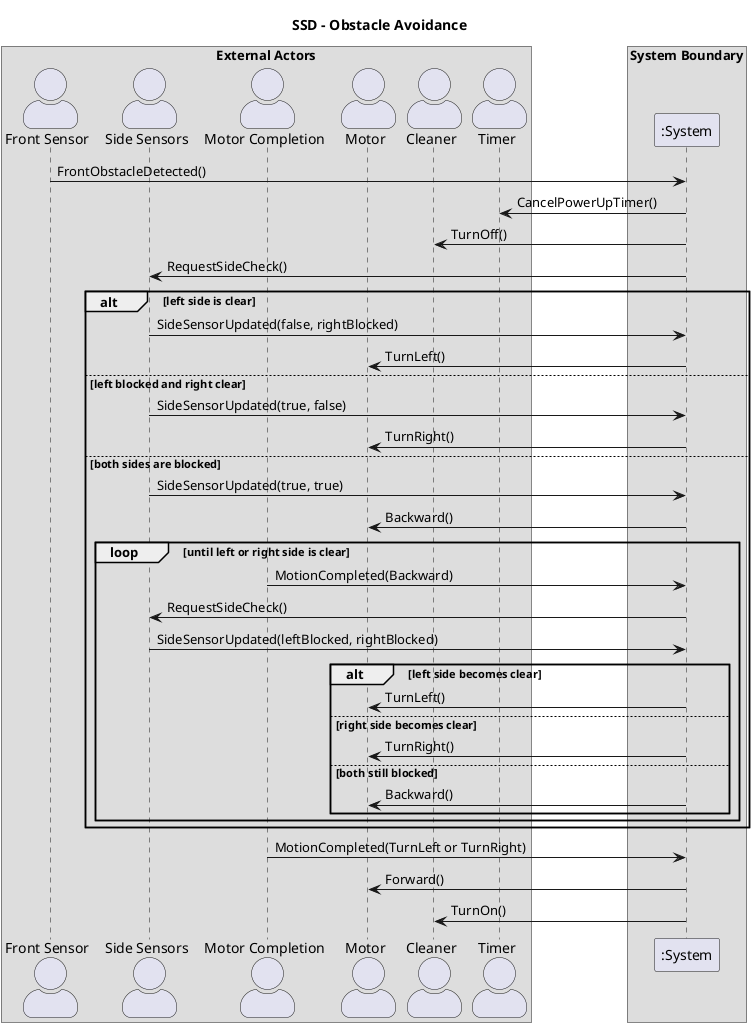
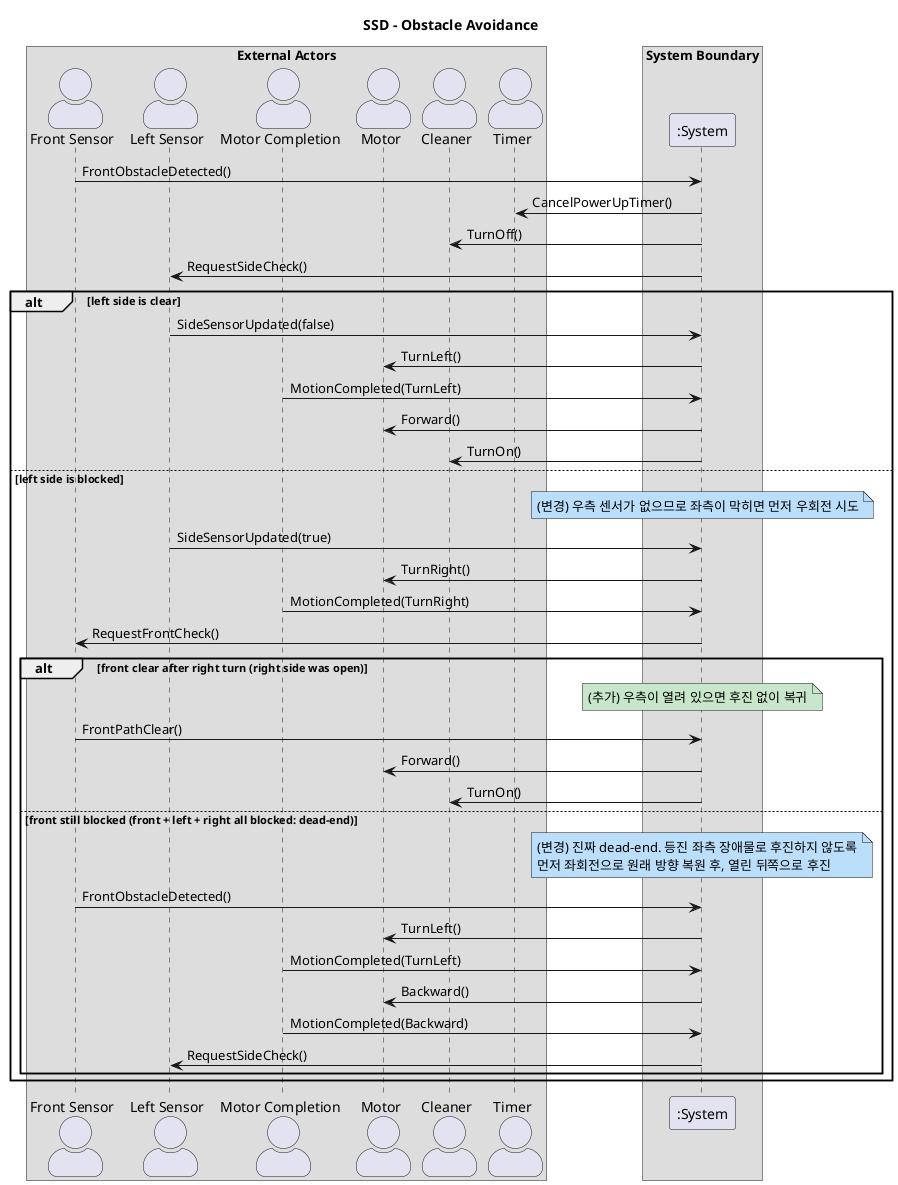
@startuml
title SSD - Obstacle Avoidance

skinparam actorStyle awesome

+ ' [CHG-001] Right Sensor 제거: 측면 센서는 Left Sensor 하나만 사용
box "External Actors"
actor "Front Sensor" as FrontSensor
- actor "Side Sensors" as SideSensors
+ actor "Left Sensor" as LeftSensor
actor "Motor Completion" as MotorEvent
actor Motor
actor Cleaner
actor Timer
end box

box "System Boundary"
participant ":System" as System
end box

FrontSensor -> System: FrontObstacleDetected()
System -> Timer: CancelPowerUpTimer()
System -> Cleaner: TurnOff()
- System -> SideSensors: RequestSideCheck()
+ System -> LeftSensor: RequestSideCheck()

alt left side is clear
-   SideSensors -> System: SideSensorUpdated(false, rightBlocked)
+   LeftSensor -> System: SideSensorUpdated(false)
  System -> Motor: TurnLeft()
- else left blocked and right clear
-   SideSensors -> System: SideSensorUpdated(true, false)
+   MotorEvent -> System: MotionCompleted(TurnLeft)
+   System -> Motor: Forward()
+   System -> Cleaner: TurnOn()
+ else left side is blocked
+   note over System #BBDEFB : (변경) 우측 센서가 없으므로 좌측이 막히면 먼저 우회전 시도
+   LeftSensor -> System: SideSensorUpdated(true)
  System -> Motor: TurnRight()
- else both sides are blocked
-   SideSensors -> System: SideSensorUpdated(true, true)
-   System -> Motor: Backward()
-   loop until left or right side is clear
+   MotorEvent -> System: MotionCompleted(TurnRight)
+   System -> FrontSensor: RequestFrontCheck()
+   alt front clear after right turn (right side was open)
+     note over System #C8E6C9 : (추가) 우측이 열려 있으면 후진 없이 복귀
+     FrontSensor -> System: FrontPathClear()
+     System -> Motor: Forward()
+     System -> Cleaner: TurnOn()
+   else front still blocked (front + left + right all blocked: dead-end)
+     note over System #BBDEFB : (변경) 진짜 dead-end. 등진 좌측 장애물로 후진하지 않도록\n먼저 좌회전으로 원래 방향 복원 후, 열린 뒤쪽으로 후진
+     FrontSensor -> System: FrontObstacleDetected()
+     System -> Motor: TurnLeft()
+     MotorEvent -> System: MotionCompleted(TurnLeft)
+     System -> Motor: Backward()
    MotorEvent -> System: MotionCompleted(Backward)
-     System -> SideSensors: RequestSideCheck()
-     SideSensors -> System: SideSensorUpdated(leftBlocked, rightBlocked)
-     alt left side becomes clear
-       System -> Motor: TurnLeft()
-     else right side becomes clear
-       System -> Motor: TurnRight()
-     else both still blocked
-       System -> Motor: Backward()
-     end
+     System -> LeftSensor: RequestSideCheck()
  end
end
- 
- MotorEvent -> System: MotionCompleted(TurnLeft or TurnRight)
- System -> Motor: Forward()
- System -> Cleaner: TurnOn()
@enduml
